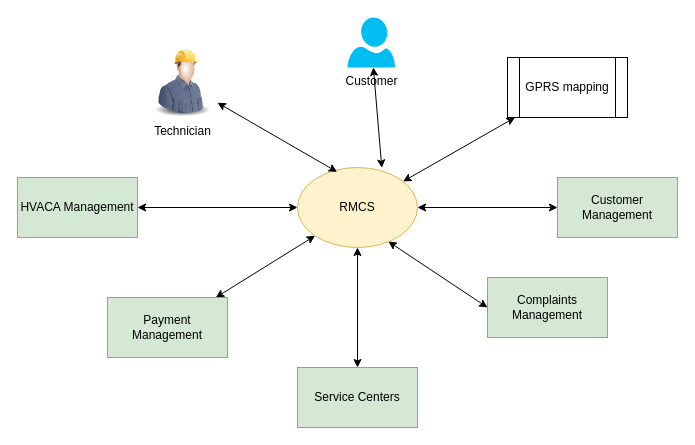
Before: Context bluestar.drawio in shpriya-bits/github-upload, a draw.io diagram. Source tidied: cells renumbered, new cells numbered last; positions are measured from the earlier drawing's top-left corner, leaving out a move shared by most shapes. Both pictures are drawn from the tidied source at 100%, with x=0, y=0 at pixel (17, 17).
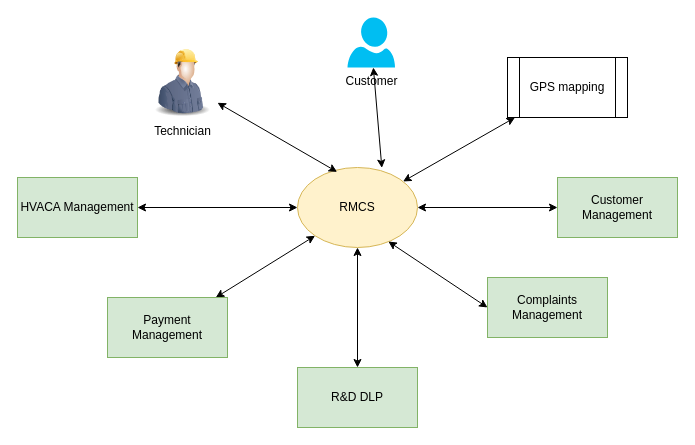
The same diagram, later.

What changed in the source:
```diff
@@
 <mxGraphModel>
   <root>
     <mxCell id="0" />
     <mxCell id="1" parent="0" />
     <mxCell id="2" style="edgeStyle=orthogonalEdgeStyle;rounded=0;jettySize=auto;html=1;startArrow=classic;startFill=1;entryX=0;entryY=0.5;entryDx=0;entryDy=0;" parent="1" edge="1" source="3" target="5">
       <mxGeometry relative="1" as="geometry" />
     </mxCell>
     <mxCell id="3" value="RMCS" style="ellipse;whiteSpace=wrap;html=1;fillColor=#fff2cc;strokeColor=#d6b656;" parent="1" vertex="1">
       <mxGeometry x="280" y="150" width="120" height="80" as="geometry" />
     </mxCell>
     <mxCell id="4" value="HVACA Management" style="rounded=0;whiteSpace=wrap;html=1;fillColor=#d5e8d4;strokeColor=#82b366;" parent="1" vertex="1">
       <mxGeometry y="160" width="120" height="60" as="geometry" />
     </mxCell>
     <mxCell id="5" value="Customer Management" style="rounded=0;whiteSpace=wrap;html=1;fillColor=#d5e8d4;strokeColor=#82b366;" parent="1" vertex="1">
       <mxGeometry x="540" y="160" width="120" height="60" as="geometry" />
     </mxCell>
     <mxCell id="6" style="edgeStyle=orthogonalEdgeStyle;rounded=0;jettySize=auto;html=1;entryX=0.5;entryY=1;entryDx=0;entryDy=0;startArrow=classic;startFill=1;" parent="1" edge="1" source="7" target="3">
       <mxGeometry relative="1" as="geometry" />
     </mxCell>
-    <mxCell id="7" value="Service Centers" style="rounded=0;whiteSpace=wrap;html=1;fillColor=#d5e8d4;strokeColor=#82b366;" parent="1" vertex="1">
+    <mxCell id="7" value="R&amp;amp;D DLP" style="rounded=0;whiteSpace=wrap;html=1;fillColor=#d5e8d4;strokeColor=#82b366;" parent="1" vertex="1">
       <mxGeometry x="280" y="350" width="120" height="60" as="geometry" />
     </mxCell>
     <mxCell id="8" style="rounded=0;jettySize=auto;html=1;entryX=0;entryY=1;entryDx=0;entryDy=0;startArrow=classic;startFill=1;" parent="1" edge="1" source="9" target="3">
       <mxGeometry relative="1" as="geometry" />
     </mxCell>
     <mxCell id="9" value="Payment Management" style="rounded=0;whiteSpace=wrap;html=1;fillColor=#d5e8d4;strokeColor=#82b366;" parent="1" vertex="1">
       <mxGeometry x="90" y="280" width="120" height="60" as="geometry" />
     </mxCell>
     <mxCell id="10" style="rounded=0;jettySize=auto;html=1;startArrow=classic;startFill=1;entryX=0.757;entryY=0.925;entryDx=0;entryDy=0;entryPerimeter=0;exitX=0;exitY=0.5;exitDx=0;exitDy=0;" parent="1" edge="1" source="11" target="3">
       <mxGeometry relative="1" as="geometry" />
     </mxCell>
     <mxCell id="11" value="Complaints Management" style="rounded=0;whiteSpace=wrap;html=1;fillColor=#d5e8d4;strokeColor=#82b366;" parent="1" vertex="1">
       <mxGeometry x="470" y="260" width="120" height="60" as="geometry" />
     </mxCell>
     <mxCell id="12" style="endArrow=classic;startArrow=classic;html=1;exitX=1;exitY=0.5;exitDx=0;exitDy=0;entryX=0;entryY=0.5;entryDx=0;entryDy=0;" parent="1" edge="1" source="4" target="3">
       <mxGeometry relative="1" as="geometry" />
     </mxCell>
     <mxCell id="13" style="edgeStyle=none;rounded=0;jettySize=auto;html=1;entryX=0.703;entryY=0.005;entryDx=0;entryDy=0;entryPerimeter=0;startArrow=classic;startFill=1;" parent="1" edge="1" source="14" target="3">
       <mxGeometry relative="1" as="geometry" />
     </mxCell>
     <mxCell id="14" value="Customer" style="verticalLabelPosition=bottom;html=1;verticalAlign=top;align=center;strokeColor=none;fillColor=#00BEF2;shape=mxgraph.azure.user;" parent="1" vertex="1">
       <mxGeometry x="330" width="47.5" height="50" as="geometry" />
     </mxCell>
     <mxCell id="15" style="edgeStyle=none;rounded=0;jettySize=auto;html=1;entryX=0.33;entryY=0.055;entryDx=0;entryDy=0;entryPerimeter=0;startArrow=classic;startFill=1;" parent="1" edge="1" source="16" target="3">
       <mxGeometry relative="1" as="geometry" />
     </mxCell>
     <mxCell id="16" value="Technician" style="image;html=1;image=img/lib/clip_art/people/Construction_Worker_Man_128x128.png;" parent="1" vertex="1">
       <mxGeometry x="130" y="30" width="70" height="70" as="geometry" />
     </mxCell>
     <mxCell id="17" style="edgeStyle=none;rounded=0;jettySize=auto;html=1;startArrow=classic;startFill=1;" parent="1" edge="1" source="18" target="3">
       <mxGeometry relative="1" as="geometry" />
     </mxCell>
-    <mxCell id="18" value="GPRS mapping" style="shape=process;whiteSpace=wrap;html=1;backgroundOutline=1;" parent="1" vertex="1">
+    <mxCell id="18" value="GPS mapping" style="shape=process;whiteSpace=wrap;html=1;backgroundOutline=1;" parent="1" vertex="1">
       <mxGeometry x="490" y="40" width="120" height="60" as="geometry" />
     </mxCell>
   </root>
 </mxGraphModel>
```
